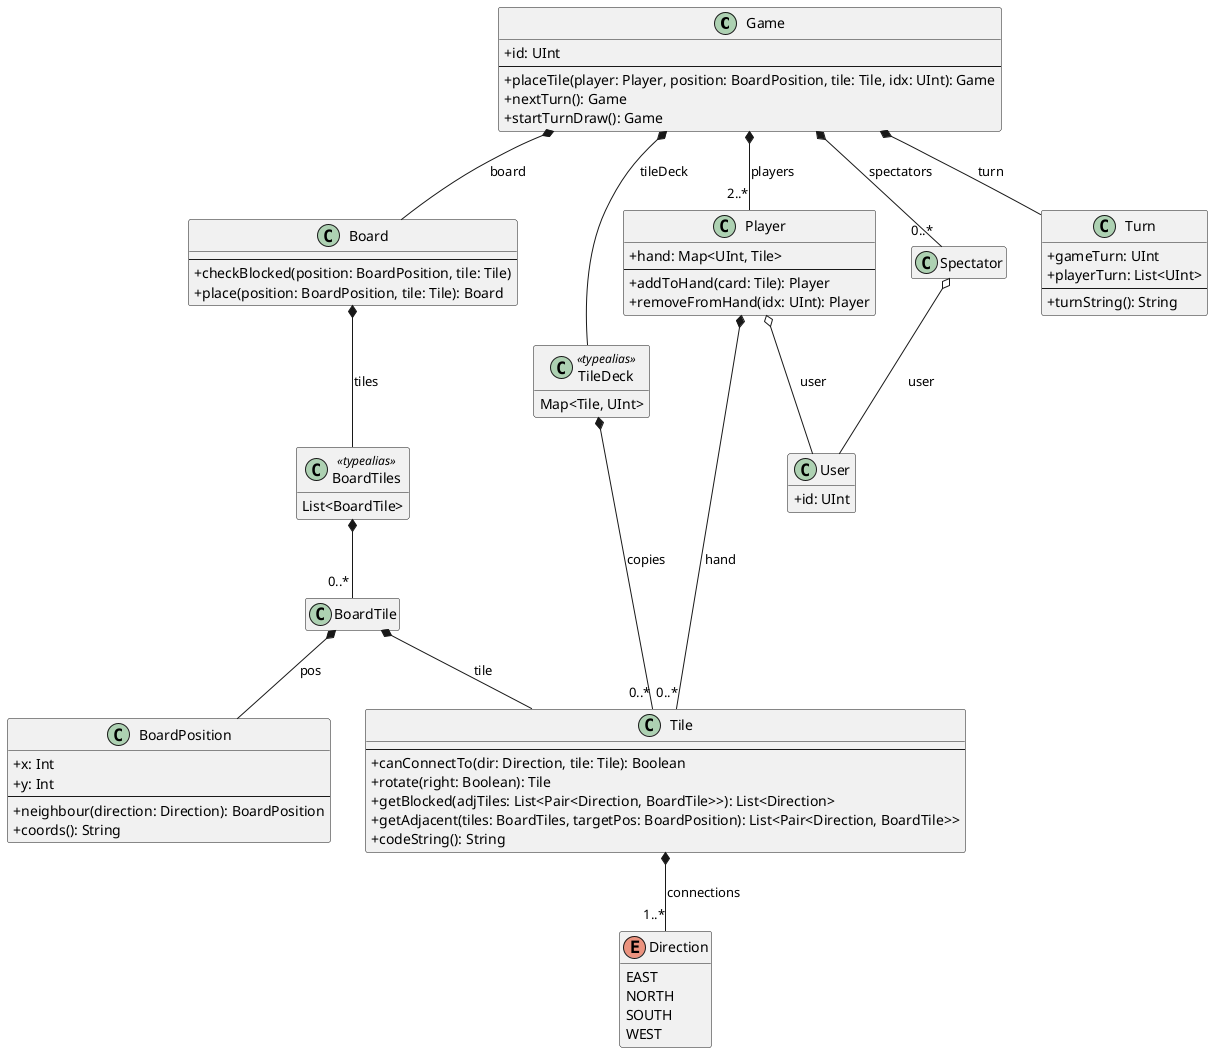
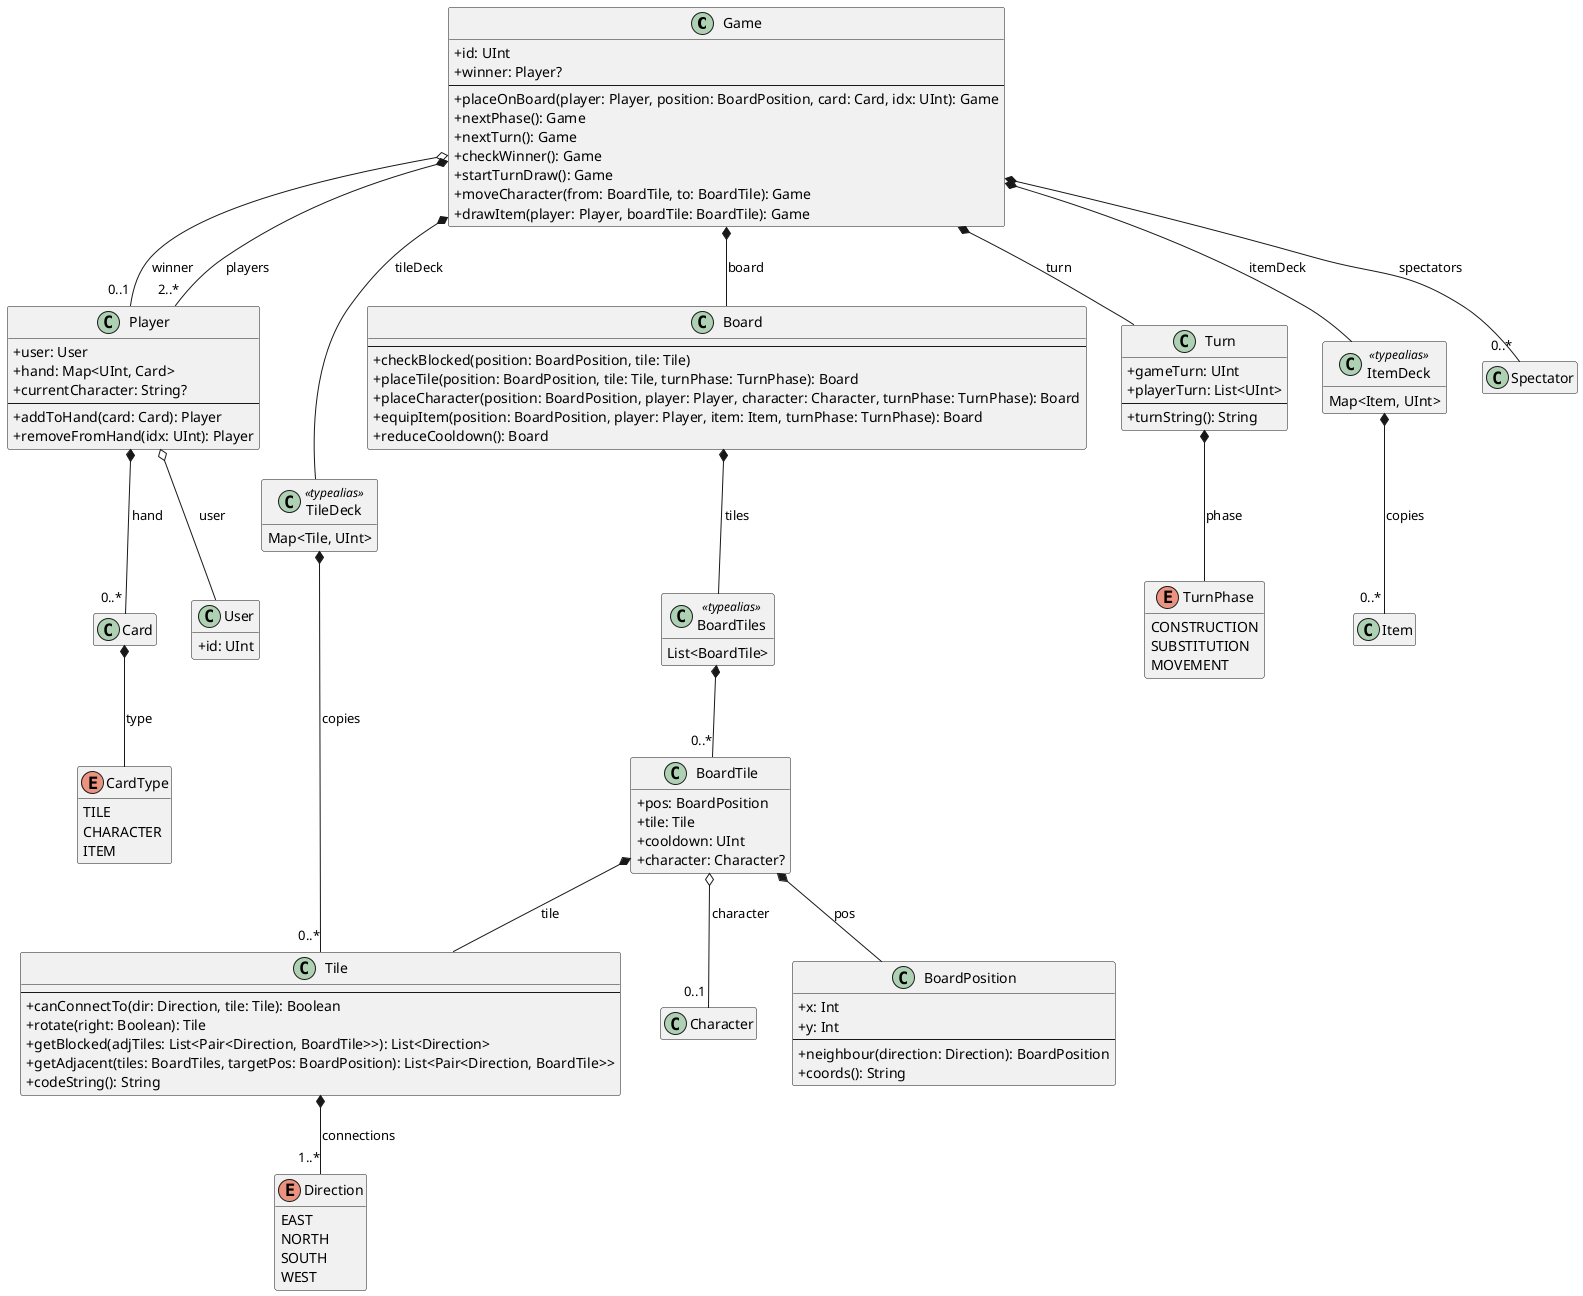
@startuml ApresentacaoJogo
hide empty members
skinparam classAttributeIconSize 0

class Game {
  +id: UInt
+   +winner: Player?
  --
-   +placeTile(player: Player, position: BoardPosition, tile: Tile, idx: UInt): Game
+   +placeOnBoard(player: Player, position: BoardPosition, card: Card, idx: UInt): Game
+   +nextPhase(): Game
  +nextTurn(): Game
+   +checkWinner(): Game
  +startTurnDraw(): Game
+   +moveCharacter(from: BoardTile, to: BoardTile): Game
+   +drawItem(player: Player, boardTile: BoardTile): Game
}

class Player {
-   +hand: Map<UInt, Tile>
+   +user: User
+   +hand: Map<UInt, Card>
+   +currentCharacter: String?
  --
-   +addToHand(card: Tile): Player
+   +addToHand(card: Card): Player
  +removeFromHand(idx: UInt): Player
}

- class Spectator { }
+ class Card {  }
+ 
+ enum CardType {
+   TILE
+   CHARACTER
+   ITEM
+ }

class Board {
  --
  +checkBlocked(position: BoardPosition, tile: Tile)
-   +place(position: BoardPosition, tile: Tile): Board
+   +placeTile(position: BoardPosition, tile: Tile, turnPhase: TurnPhase): Board
+   +placeCharacter(position: BoardPosition, player: Player, character: Character, turnPhase: TurnPhase): Board
+   +equipItem(position: BoardPosition, player: Player, item: Item, turnPhase: TurnPhase): Board
+   +reduceCooldown(): Board
}

- class BoardTile { }
+ class BoardTile {
+   +pos: BoardPosition
+   +tile: Tile
+   +cooldown: UInt
+   +character: Character?
+ }

class BoardPosition {
  +x: Int
  +y: Int
  --
  +neighbour(direction: Direction): BoardPosition
  +coords(): String
}

class Tile {
  --
  +canConnectTo(dir: Direction, tile: Tile): Boolean
  +rotate(right: Boolean): Tile
  +getBlocked(adjTiles: List<Pair<Direction, BoardTile>>): List<Direction>
  +getAdjacent(tiles: BoardTiles, targetPos: BoardPosition): List<Pair<Direction, BoardTile>>
  +codeString(): String
}

enum Direction {
  EAST
  NORTH
  SOUTH
  WEST
}

class Turn {
  +gameTurn: UInt
  +playerTurn: List<UInt>
  --
  +turnString(): String
}

+ enum TurnPhase {
+   CONSTRUCTION
+   SUBSTITUTION
+   MOVEMENT
+ }
+ 
class User {
  +id: UInt
}

class BoardTiles <<typealias>> {
  List<BoardTile>
}

class TileDeck <<typealias>> {
  Map<Tile, UInt>
}

+ class ItemDeck <<typealias>> {
+   Map<Item, UInt>
+ }
+ 
Game *-- "2..*" Player : players
Game *-- "0..*" Spectator : spectators
Game *-- Board : board
Game *-- TileDeck : tileDeck
+ Game *-- ItemDeck : itemDeck
Game *-- Turn : turn
+ Game o-- "0..1" Player : winner

Player o-- User : user
- Player *-- "0..*" Tile : hand
- 
- Spectator o-- User : user
+ Player *-- "0..*" Card : hand

Board *-- BoardTiles : tiles
BoardTiles *-- "0..*" BoardTile

BoardTile *-- BoardPosition : pos
BoardTile *-- Tile : tile
+ BoardTile o-- "0..1" Character : character

Tile *-- "1..*" Direction : connections

TileDeck *-- "0..*" Tile : copies
+ ItemDeck *-- "0..*" Item : copies
+ 
+ Turn *-- TurnPhase : phase
+ 
+ Card *-- CardType : type
+ 
+ class Spectator { }

@enduml
